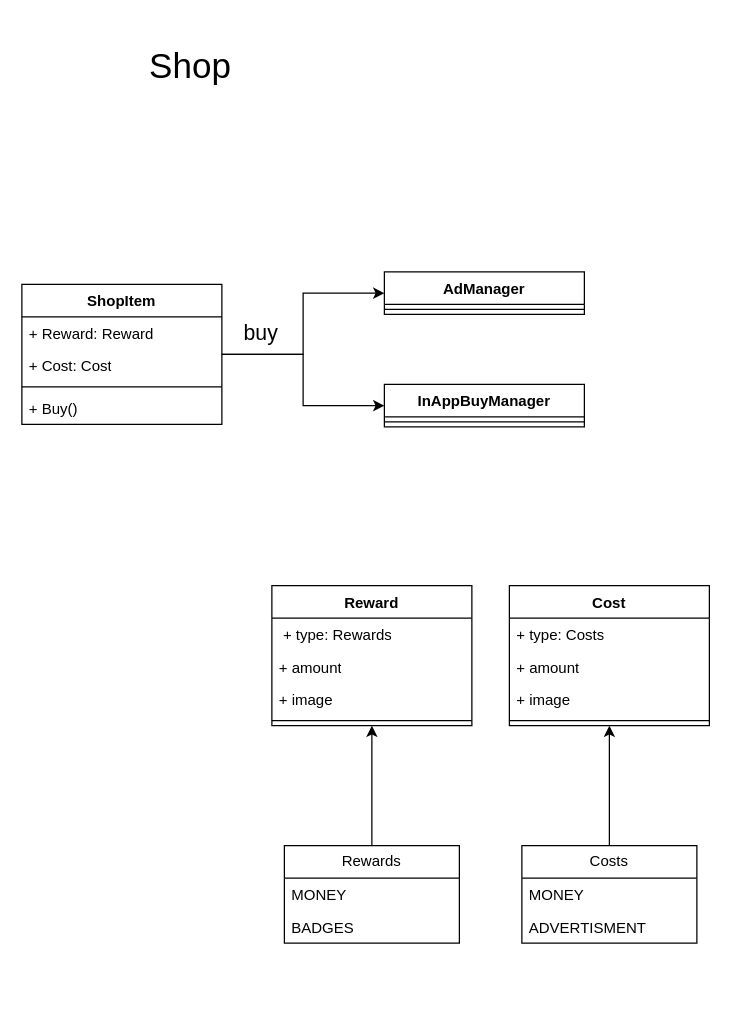
This is Shop.drawio from ZhRaL/Transfer, a draw.io file, before an edit. Source tidied: cells renumbered, new cells numbered last; positions are measured from the earlier drawing's top-left corner, leaving out a move shared by most shapes. Both pictures are drawn from the tidied source at 125%, with x=0, y=0 at pixel (21, 21).
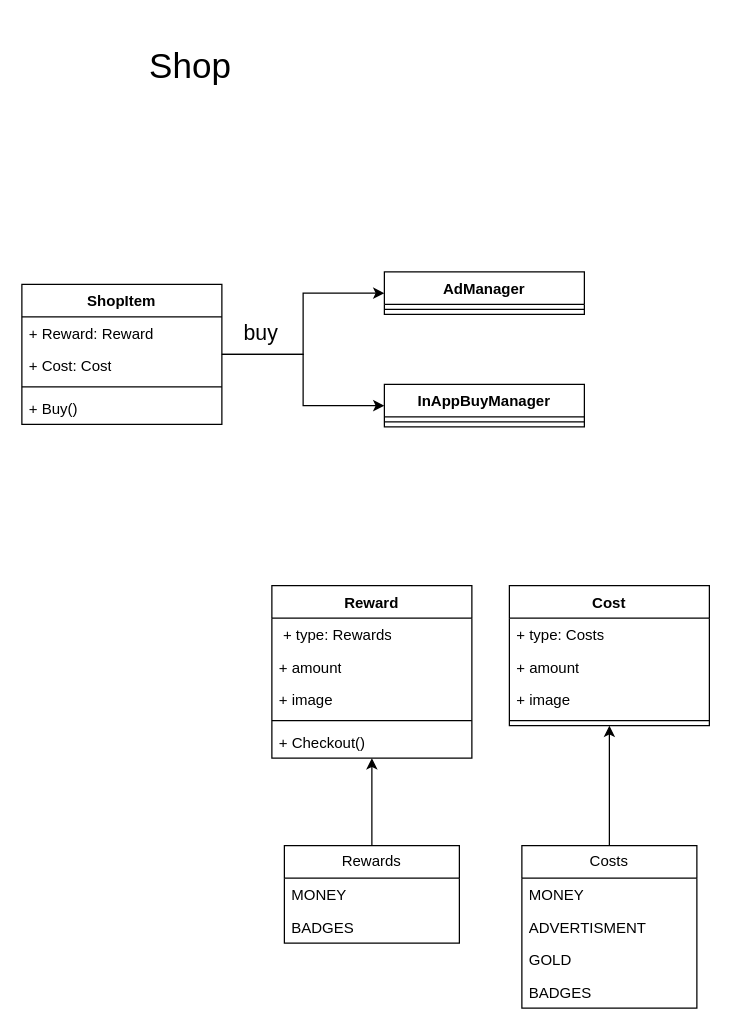
The same diagram, later.

Diff of the diagram source:
```diff
@@
     <mxCell id="13" value="Reward" style="swimlane;fontStyle=1;align=center;verticalAlign=top;horizontal=1;startSize=26;whiteSpace=wrap;html=1;" parent="1" vertex="1">
-      <mxGeometry x="200" y="451" width="160" height="112" as="geometry" />
+      <mxGeometry x="200" y="451" width="160" height="138" as="geometry" />
     </mxCell>
@@
+    <mxCell id="33" value="+ Checkout()" style="text;strokeColor=none;fillColor=none;align=left;verticalAlign=top;spacingLeft=4;spacingRight=4;overflow=hidden;whiteSpace=wrap;html=1;" parent="13" vertex="1">
+      <mxGeometry y="112" width="160" height="26" as="geometry" />
+    </mxCell>
@@
     <mxCell id="28" value="Costs" style="swimlane;fontStyle=0;horizontal=1;startSize=26;fillColor=none;whiteSpace=wrap;html=1;" parent="1" vertex="1">
-      <mxGeometry x="400" y="659" width="140" height="78" as="geometry" />
+      <mxGeometry x="400" y="659" width="140" height="130" as="geometry" />
     </mxCell>
@@
+    <mxCell id="34" value="GOLD" style="text;strokeColor=none;fillColor=none;align=left;verticalAlign=top;spacingLeft=4;spacingRight=4;overflow=hidden;whiteSpace=wrap;html=1;" parent="28" vertex="1">
+      <mxGeometry y="78" width="140" height="26" as="geometry" />
+    </mxCell>
+    <mxCell id="35" value="BADGES" style="text;strokeColor=none;fillColor=none;align=left;verticalAlign=top;spacingLeft=4;spacingRight=4;overflow=hidden;whiteSpace=wrap;html=1;" parent="28" vertex="1">
+      <mxGeometry y="104" width="140" height="26" as="geometry" />
+    </mxCell>
```
